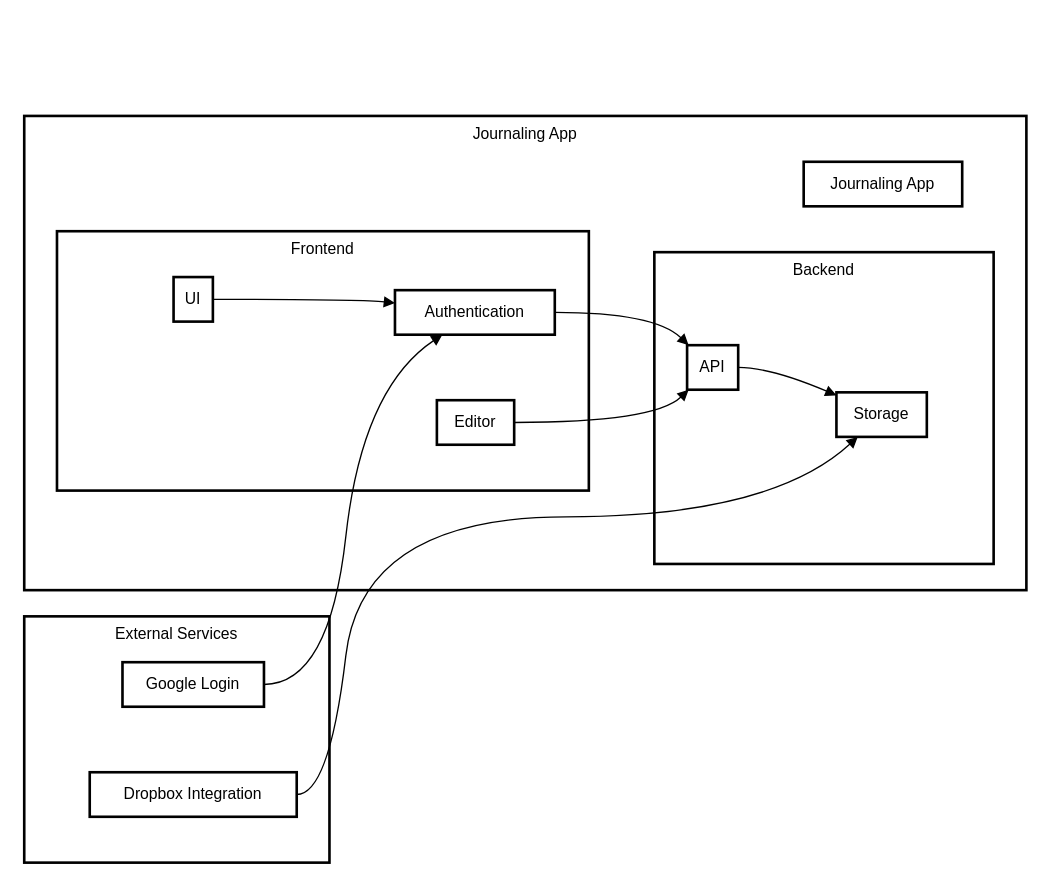
The draw.io diagram page "Requirements" (1 of 4) of Requirements.drawio in DaveLuhman/JournalDesign, before the edit. Source tidied: cells renumbered, new cells numbered last; positions are measured from the earlier drawing's top-left corner, leaving out a move shared by most shapes. Both pictures are drawn from the tidied source at 131%, with x=0, y=0 at pixel (24, 115).
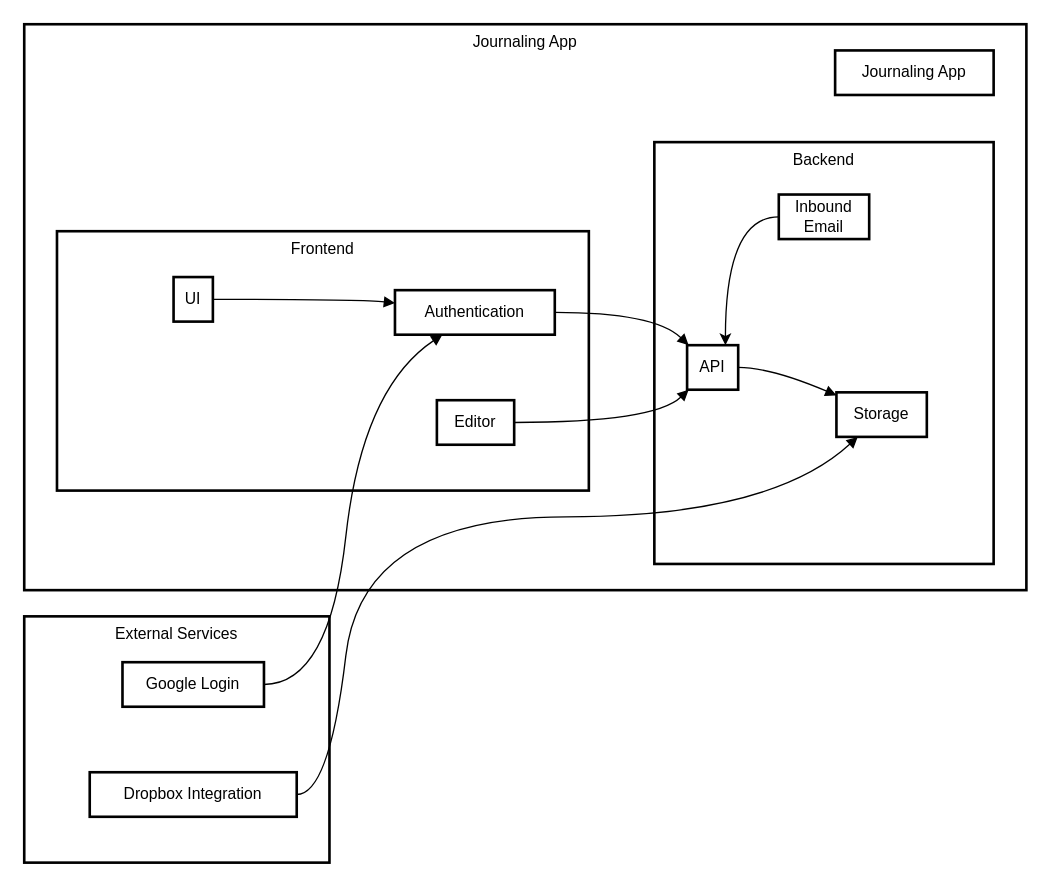
The same page after the edit.

The change refers to these unchanged cells:
```xml
<mxCell id="9" value="API" style="whiteSpace=wrap;strokeWidth=2;" parent="1" vertex="1">
  <mxGeometry x="506" y="175" width="39" height="34" as="geometry" />
</mxCell>
```

The edit, as a diff of the source:
```diff
@@
     <mxCell id="5" value="Journaling App" style="whiteSpace=wrap;strokeWidth=2;verticalAlign=top;" parent="1" vertex="1">
-      <mxGeometry width="765" height="362" as="geometry" />
+      <mxGeometry y="-70" width="765" height="432" as="geometry" />
     </mxCell>
     <mxCell id="6" value="Journaling App" style="whiteSpace=wrap;strokeWidth=2;" parent="1" vertex="1">
-      <mxGeometry x="595" y="35" width="121" height="34" as="geometry" />
+      <mxGeometry x="619" y="-50" width="121" height="34" as="geometry" />
     </mxCell>
@@
     <mxCell id="8" value="Backend" style="whiteSpace=wrap;strokeWidth=2;verticalAlign=top;" parent="1" vertex="1">
-      <mxGeometry x="481" y="104" width="259" height="238" as="geometry" />
+      <mxGeometry x="481" y="20" width="259" height="322" as="geometry" />
     </mxCell>
@@
+    <mxCell id="20" style="edgeStyle=orthogonalEdgeStyle;rounded=0;jettySize=auto;html=1;entryX=0.75;entryY=0;entryDx=0;entryDy=0;curved=1;" parent="1" edge="1" source="21" target="9">
+      <mxGeometry relative="1" as="geometry" />
+    </mxCell>
+    <mxCell id="21" value="Inbound Email" style="whiteSpace=wrap;strokeWidth=2;" parent="1" vertex="1">
+      <mxGeometry x="576" y="60" width="69" height="34" as="geometry" />
+    </mxCell>
```
